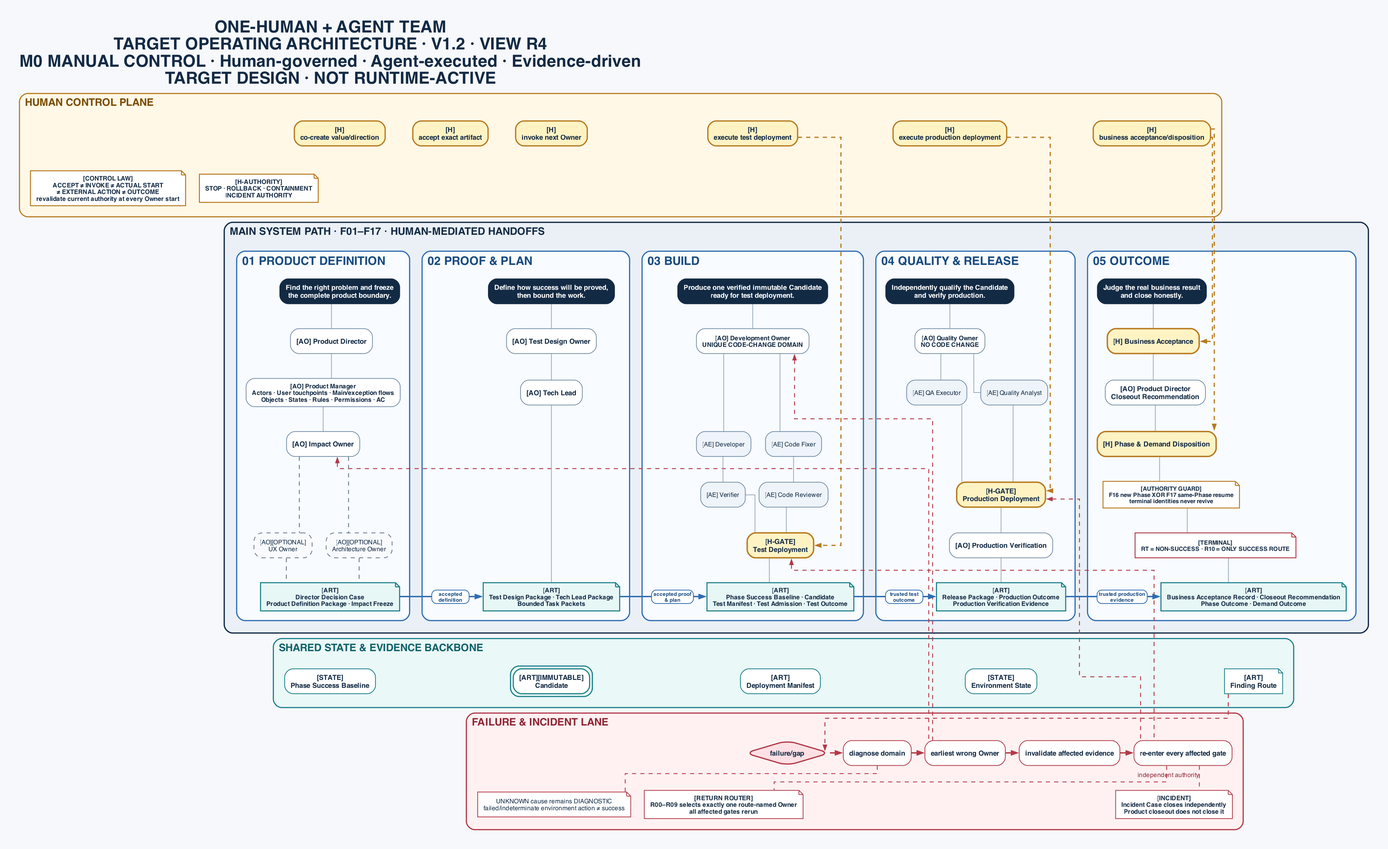
Above: docs/superpowers/specs/assets/2026-07-30--one-human-agent-team-operating-architecture-v1.2/team-battle-map.png in jieli-cqwl/org-claude-skills (Graphviz), before the change. Its source is kept beside it as docs/superpowers/specs/assets/2026-07-30--one-human-agent-team-operating-architecture-v1.2/team-battle-map.dot.
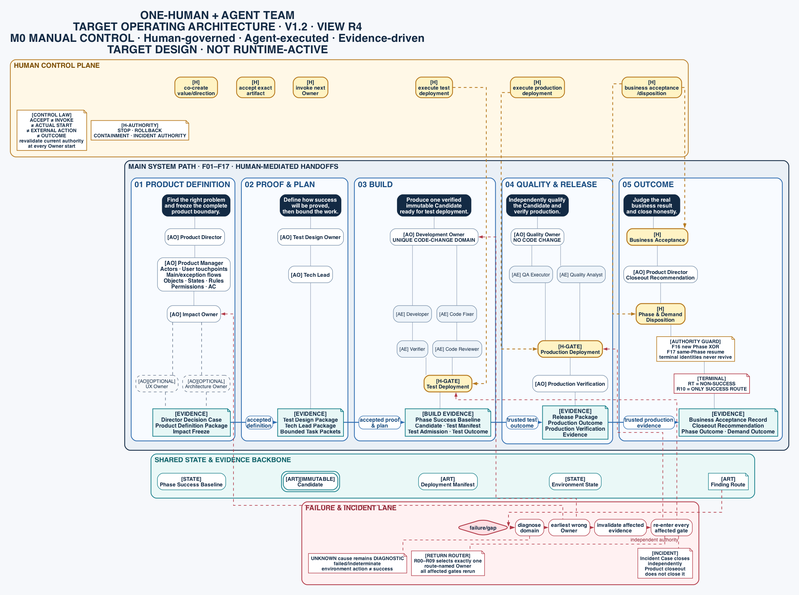
After the commit.

Commit message:
docs: improve architecture map readability

Change to the diagram source:
```diff
@@ -7,9 +7,9 @@
     splines=ortho,
     outputorder=edgesfirst,
     bgcolor="#F6F8FB",
-    pad="0.28",
-    nodesep="0.28",
-    ranksep="0.50",
+    pad="0.20",
+    nodesep="0.14",
+    ranksep="0.38",
     labelloc=t,
     labeljust=l,
     label="ONE-HUMAN + AGENT TEAM\nTARGET OPERATING ARCHITECTURE · V1.2 · VIEW R4\nM0 MANUAL CONTROL · Human-governed · Agent-executed · Evidence-driven\nTARGET DESIGN · NOT RUNTIME-ACTIVE",
@@ -25,8 +25,8 @@
     fillcolor="#FFFFFF",
     fontname="Helvetica",
     fontcolor="#132A44",
-    fontsize=10,
-    margin="0.12,0.08",
+    fontsize=11.5,
+    margin="0.08,0.06",
     penwidth=1.1
   ];
 
@@ -34,7 +34,7 @@
     color="#64748B",
     fontname="Helvetica",
     fontcolor="#334155",
-    fontsize=9,
+    fontsize=10.5,
     arrowsize=0.7,
     penwidth=1.2
   ];
@@ -50,10 +50,10 @@
     fontsize=15;
     penwidth=1.6;
     style="rounded,filled";
-    margin=16;
+    margin=14;
 
     human_co_create [
-      label="[H]\nco-create value/direction",
+      label="[H]\nco-create\nvalue/direction",
       group="column_1",
       color="#B7791F",
       fillcolor="#FFF3C4",
@@ -62,7 +62,7 @@
     ];
 
     human_accept_artifact [
-      label="[H]\naccept exact artifact",
+      label="[H]\naccept exact\nartifact",
       color="#B7791F",
       fillcolor="#FFF3C4",
       fontname="Helvetica-Bold",
@@ -70,7 +70,7 @@
     ];
 
     human_invoke_owner [
-      label="[H]\ninvoke next Owner",
+      label="[H]\ninvoke next\nOwner",
       group="column_2",
       color="#B7791F",
       fillcolor="#FFF3C4",
@@ -79,7 +79,7 @@
     ];
 
     human_test_deployment [
-      label="[H]\nexecute test deployment",
+      label="[H]\nexecute test\ndeployment",
       group="column_3",
       color="#B7791F",
       fillcolor="#FFF3C4",
@@ -88,7 +88,7 @@
     ];
 
     human_production_deployment [
-      label="[H]\nexecute production deployment",
+      label="[H]\nexecute production\ndeployment",
       group="column_4",
       color="#B7791F",
       fillcolor="#FFF3C4",
@@ -97,7 +97,7 @@
     ];
 
     human_business_disposition [
-      label="[H]\nbusiness acceptance/disposition",
+      label="[H]\nbusiness acceptance\n/disposition",
       group="column_5",
       color="#B7791F",
       fillcolor="#FFF3C4",
@@ -106,24 +106,24 @@
     ];
 
     human_action_law [
-      label="[CONTROL LAW]\nACCEPT ≠ INVOKE ≠ ACTUAL START\n≠ EXTERNAL ACTION ≠ OUTCOME\nrevalidate current authority at every Owner start",
+      label="[CONTROL LAW]\nACCEPT ≠ INVOKE\n≠ ACTUAL START\n≠ EXTERNAL ACTION\n≠ OUTCOME\nrevalidate current authority\nat every Owner start",
       shape=note,
       style=filled,
       color="#B7791F",
       fillcolor="#FFFFFF",
       fontname="Helvetica-Bold",
-      fontsize=9,
+      fontsize=10.5,
       penwidth=1.4
     ];
 
     human_safety_authority [
-      label="[H-AUTHORITY]\nSTOP · ROLLBACK · CONTAINMENT\nINCIDENT AUTHORITY",
+      label="[H-AUTHORITY]\nSTOP · ROLLBACK\nCONTAINMENT · INCIDENT AUTHORITY",
       shape=note,
       style=filled,
       color="#B7791F",
       fillcolor="#FFFFFF",
       fontname="Helvetica-Bold",
-      fontsize=9,
+      fontsize=10.5,
       penwidth=1.4
     ];
 
@@ -177,7 +177,7 @@
     fontsize=15;
     penwidth=1.8;
     style="rounded,filled";
-    margin=18;
+    margin=14;
 
     subgraph cluster_product {
       label="01 PRODUCT DEFINITION";
@@ -190,16 +190,16 @@
       fontsize=17;
       penwidth=1.7;
       style="rounded,filled";
-      margin=14;
+      margin=10;
 
       product_purpose [
-        label="Find the right problem and freeze\nthe complete product boundary.",
+        label="Find the right problem\nand freeze the complete\nproduct boundary.",
         group="column_1",
         color="#132A44",
         fillcolor="#132A44",
         fontcolor="#FFFFFF",
         fontname="Helvetica-Bold",
-        fontsize=10
+        fontsize=12
       ];
 
       product_director [
@@ -209,10 +209,10 @@
       ];
 
       product_manager [
-        label="[AO] Product Manager\nActors · User touchpoints · Main/exception flows\nObjects · States · Rules · Permissions · AC",
+        label="[AO] Product Manager\nActors · User touchpoints\nMain/exception flows\nObjects · States · Rules\nPermissions · AC",
         group="column_1",
         fontname="Helvetica-Bold",
-        fontsize=9
+        fontsize=12
       ];
 
       product_impact_owner [
@@ -226,7 +226,7 @@
         style="rounded,dashed,filled",
         color="#64748B",
         fillcolor="#F8FAFC",
-        fontsize=9
+        fontsize=10.5
       ];
 
       product_architecture_owner [
@@ -234,18 +234,18 @@
         style="rounded,dashed,filled",
         color="#64748B",
         fillcolor="#F8FAFC",
-        fontsize=9
+        fontsize=10.5
       ];
 
       product_output [
-        label="[ART]\nDirector Decision Case\nProduct Definition Package · Impact Freeze",
+        label="[EVIDENCE]\nDirector Decision Case\nProduct Definition Package\nImpact Freeze",
         group="column_1",
         shape=note,
         style=filled,
         color="#177E89",
         fillcolor="#E7F7F6",
         fontname="Helvetica-Bold",
-        fontsize=9,
+        fontsize=12,
         penwidth=1.5
       ];
 
@@ -298,16 +298,16 @@
       fontsize=17;
       penwidth=1.7;
       style="rounded,filled";
-      margin=14;
+      margin=10;
 
       proof_purpose [
-        label="Define how success will be proved,\nthen bound the work.",
+        label="Define how success\nwill be proved,\nthen bound the work.",
         group="column_2",
         color="#132A44",
         fillcolor="#132A44",
         fontcolor="#FFFFFF",
         fontname="Helvetica-Bold",
-        fontsize=10
+        fontsize=12
       ];
 
       proof_test_design_owner [
@@ -323,14 +323,14 @@
       ];
 
       proof_output [
-        label="[ART]\nTest Design Package · Tech Lead Package\nBounded Task Packets",
+        label="[EVIDENCE]\nTest Design Package\nTech Lead Package\nBounded Task Packets",
         group="column_2",
         shape=note,
         style=filled,
         color="#177E89",
         fillcolor="#E7F7F6",
         fontname="Helvetica-Bold",
-        fontsize=9,
+        fontsize=12,
         penwidth=1.5
       ];
 
@@ -342,9 +342,9 @@
         fillcolor="#FFFFFF",
         fontcolor="#174B80",
         fontname="Helvetica-Bold",
-        fontsize=7.5,
+        fontsize=12,
         height=0.25,
-        margin="0.04,0.02"
+        margin="0.03,0.02"
       ];
 
       proof_purpose -> proof_test_design_owner -> proof_tech_lead ->
@@ -366,51 +366,51 @@
       fontsize=17;
       penwidth=1.7;
       style="rounded,filled";
-      margin=14;
+      margin=10;
 
       build_purpose [
-        label="Produce one verified immutable Candidate\nready for test deployment.",
+        label="Produce one verified\nimmutable Candidate\nready for test deployment.",
         group="column_3",
         color="#132A44",
         fillcolor="#132A44",
         fontcolor="#FFFFFF",
         fontname="Helvetica-Bold",
-        fontsize=10
+        fontsize=12
       ];
 
       build_development_owner [
         label="[AO] Development Owner\nUNIQUE CODE-CHANGE DOMAIN",
         group="column_3",
         fontname="Helvetica-Bold",
-        fontsize=9
+        fontsize=11
       ];
 
       build_developer [
         label="[AE] Developer",
         color="#7890AA",
         fillcolor="#EEF4FA",
-        fontsize=9
+        fontsize=10.5
       ];
 
       build_code_fixer [
         label="[AE] Code Fixer",
         color="#7890AA",
         fillcolor="#EEF4FA",
-        fontsize=9
+        fontsize=10.5
       ];
 
       build_verifier [
         label="[AE] Verifier",
         color="#7890AA",
         fillcolor="#EEF4FA",
-        fontsize=9
+        fontsize=10.5
       ];
 
       build_code_reviewer [
         label="[AE] Code Reviewer",
         color="#7890AA",
         fillcolor="#EEF4FA",
-        fontsize=9
+        fontsize=10.5
       ];
 
       build_test_deployment [
@@ -423,14 +423,14 @@
       ];
 
       build_output [
-        label="[ART]\nPhase Success Baseline · Candidate\nTest Manifest · Test Admission · Test Outcome",
+        label="[BUILD EVIDENCE]\nPhase Success Baseline\nCandidate · Test Manifest\nTest Admission · Test Outcome",
         group="column_3",
         shape=note,
         style=filled,
         color="#177E89",
         fillcolor="#E7F7F6",
         fontname="Helvetica-Bold",
-        fontsize=9,
+        fontsize=12,
         penwidth=1.5
       ];
 
@@ -442,9 +442,9 @@
         fillcolor="#FFFFFF",
         fontcolor="#174B80",
         fontname="Helvetica-Bold",
-        fontsize=7.5,
+        fontsize=12,
         height=0.25,
-        margin="0.04,0.02"
+        margin="0.03,0.02"
       ];
 
       build_purpose -> build_development_owner [
@@ -519,37 +519,37 @@
       fontsize=17;
       penwidth=1.7;
       style="rounded,filled";
-      margin=14;
+      margin=10;
 
       quality_purpose [
-        label="Independently qualify the Candidate\nand verify production.",
+        label="Independently qualify\nthe Candidate and\nverify production.",
         group="column_4",
         color="#132A44",
         fillcolor="#132A44",
         fontcolor="#FFFFFF",
         fontname="Helvetica-Bold",
-        fontsize=10
+        fontsize=12
       ];
 
       quality_owner [
         label="[AO] Quality Owner\nNO CODE CHANGE",
         group="column_4",
         fontname="Helvetica-Bold",
-        fontsize=9
+        fontsize=11
       ];
 
       quality_qa_executor [
         label="[AE] QA Executor",
         color="#7890AA",
         fillcolor="#EEF4FA",
-        fontsize=9
+        fontsize=10.5
       ];
 
       quality_analyst [
         label="[AE] Quality Analyst",
         color="#7890AA",
         fillcolor="#EEF4FA",
-        fontsize=9
+        fontsize=10.5
       ];
 
       quality_production_deployment [
@@ -568,14 +568,14 @@
       ];
 
       quality_output [
-        label="[ART]\nRelease Package · Production Outcome\nProduction Verification Evidence",
+        label="[EVIDENCE]\nRelease Package\nProduction Outcome\nProduction Verification\nEvidence",
         group="column_4",
         shape=note,
         style=filled,
         color="#177E89",
         fillcolor="#E7F7F6",
         fontname="Helvetica-Bold",
-        fontsize=9,
+        fontsize=12,
         penwidth=1.5
       ];
 
@@ -587,9 +587,9 @@
         fillcolor="#FFFFFF",
         fontcolor="#174B80",
         fontname="Helvetica-Bold",
-        fontsize=7.5,
+        fontsize=12,
         height=0.25,
-        margin="0.04,0.02"
+        margin="0.03,0.02"
       ];
 
       quality_purpose -> quality_owner [
@@ -647,20 +647,20 @@
       fontsize=17;
       penwidth=1.7;
       style="rounded,filled";
-      margin=14;
+      margin=10;
 
       outcome_purpose [
-        label="Judge the real business result\nand close honestly.",
+        label="Judge the real\nbusiness result\nand close honestly.",
         group="column_5",
         color="#132A44",
         fillcolor="#132A44",
         fontcolor="#FFFFFF",
         fontname="Helvetica-Bold",
-        fontsize=10
+        fontsize=12
       ];
 
       outcome_business_acceptance [
-        label="[H] Business Acceptance",
+        label="[H]\nBusiness Acceptance",
         group="column_5",
         color="#B7791F",
         fillcolor="#FFF3C4",
@@ -675,7 +675,7 @@
       ];
 
       outcome_disposition [
-        label="[H] Phase & Demand Disposition",
+        label="[H]\nPhase & Demand\nDisposition",
         group="column_5",
         color="#B7791F",
         fillcolor="#FFF3C4",
@@ -684,36 +684,36 @@
       ];
 
       outcome_phase_authority_guard [
-        label="[AUTHORITY GUARD]\nF16 new Phase XOR F17 same-Phase resume\nterminal identities never revive",
+        label="[AUTHORITY GUARD]\nF16 new Phase XOR\nF17 same-Phase resume\nterminal identities never revive",
         shape=note,
         style=filled,
         color="#B7791F",
         fillcolor="#FFFFFF",
         fontname="Helvetica-Bold",
-        fontsize=8.5,
+        fontsize=10.5,
         penwidth=1.3
       ];
 
       outcome_terminal_guard [
-        label="[TERMINAL]\nRT = NON-SUCCESS · R10 = ONLY SUCCESS ROUTE",
+        label="[TERMINAL]\nRT = NON-SUCCESS\nR10 = ONLY SUCCESS ROUTE",
         shape=note,
         style=filled,
         color="#B23A48",
         fillcolor="#FFFFFF",
         fontname="Helvetica-Bold",
-        fontsize=8.5,
+        fontsize=10.5,
         penwidth=1.3
       ];
 
       outcome_output [
-        label="[ART]\nBusiness Acceptance Record · Closeout Recommendation\nPhase Outcome · Demand Outcome",
+        label="[EVIDENCE]\nBusiness Acceptance Record\nCloseout Recommendation\nPhase Outcome · Demand Outcome",
         group="column_5",
         shape=note,
         style=filled,
         color="#177E89",
         fillcolor="#E7F7F6",
         fontname="Helvetica-Bold",
-        fontsize=9,
+        fontsize=12,
         penwidth=1.5
       ];
 
@@ -725,9 +725,9 @@
         fillcolor="#FFFFFF",
         fontcolor="#174B80",
         fontname="Helvetica-Bold",
-        fontsize=7.5,
+        fontsize=12,
         height=0.25,
-        margin="0.04,0.02"
+        margin="0.03,0.02"
       ];
 
       outcome_purpose -> outcome_business_acceptance ->
@@ -830,7 +830,7 @@
     fontsize=15;
     penwidth=1.6;
     style="rounded,filled";
-    margin=16;
+    margin=14;
 
     state_baseline [
       label="[STATE]\nPhase Success Baseline",
@@ -903,7 +903,7 @@
     fontsize=15;
     penwidth=1.7;
     style="rounded,filled";
-    margin=16;
+    margin=14;
 
     failure_gap [
       label="failure/gap",
@@ -915,60 +915,61 @@
     ];
 
     failure_diagnose [
-      label="diagnose domain",
+      label="diagnose\ndomain",
       color="#B23A48",
       fillcolor="#FFFFFF",
       fontname="Helvetica-Bold"
     ];
 
     failure_owner [
-      label="earliest wrong Owner",
+      label="earliest wrong\nOwner",
       color="#B23A48",
       fillcolor="#FFFFFF",
       fontname="Helvetica-Bold"
     ];
 
     failure_invalidate [
-      label="invalidate affected evidence",
+      label="invalidate affected\nevidence",
       color="#B23A48",
       fillcolor="#FFFFFF",
       fontname="Helvetica-Bold"
     ];
 
     failure_reenter [
-      label="re-enter every affected gate",
+      label="re-enter every\naffected gate",
       color="#B23A48",
       fillcolor="#FFFFFF",
       fontname="Helvetica-Bold"
     ];
 
     failure_guard [
-      label="UNKNOWN cause remains DIAGNOSTIC\nfailed/indeterminate environment action ≠ success",
+      label="UNKNOWN cause remains DIAGNOSTIC\nfailed/indeterminate\nenvironment action ≠ success",
       shape=note,
       style=filled,
       color="#B23A48",
       fillcolor="#FFFFFF",
-      fontsize=9
+      fontname="Helvetica-Bold",
+      fontsize=10.5
     ];
 
     failure_incident [
-      label="[INCIDENT]\nIncident Case closes independently\nProduct closeout does not close it",
+      label="[INCIDENT]\nIncident Case closes\nindependently\nProduct closeout\ndoes not close it",
       shape=note,
       style=filled,
       color="#B23A48",
       fillcolor="#FFFFFF",
       fontname="Helvetica-Bold",
-      fontsize=9
+      fontsize=10.5
     ];
 
     failure_return_rule [
-      label="[RETURN ROUTER]\nR00–R09 selects exactly one route-named Owner\nall affected gates rerun",
+      label="[RETURN ROUTER]\nR00–R09 selects exactly one\nroute-named Owner\nall affected gates rerun",
       shape=note,
       style=filled,
       color="#B23A48",
       fillcolor="#FFFFFF",
       fontname="Helvetica-Bold",
-      fontsize=9
+      fontsize=10.5
     ];
 
     {
```
